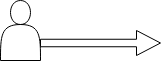
Earlier version of the draw.io export Diagramme sans nom.drawio.png (Heimeroux/perso). Source tidied: cells renumbered, new cells last; positions are measured from the earlier drawing's top-left corner, leaving out a move shared by most shapes. Its diagram source:
```xml
<mxGraphModel>
  <root>
    <mxCell id="0" />
    <mxCell id="1" parent="0" />
    <mxCell id="2" style="shape=actor;whiteSpace=wrap;html=1;" parent="1" vertex="1">
      <mxGeometry width="40" height="60" as="geometry" />
    </mxCell>
    <mxCell id="3" style="shape=singleArrow;whiteSpace=wrap;html=1;rotation=0;" parent="1" vertex="1">
      <mxGeometry x="40" y="30" width="120" height="25" as="geometry" />
    </mxCell>
  </root>
</mxGraphModel>
```
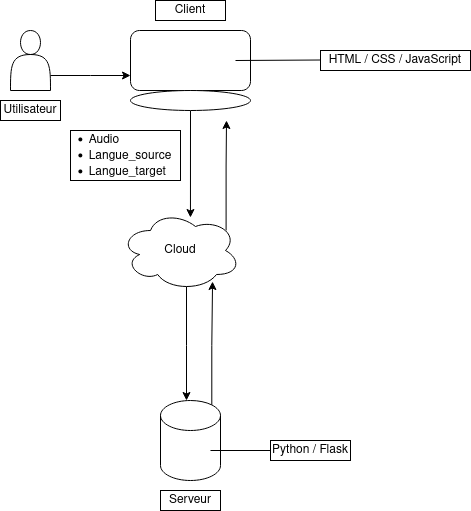
Later version of the same file.

Commit message:
Mettre à jour Diagramme sans nom.drawio.png

The edit, as a diff of the source:
```diff
@@ -2,11 +2,71 @@
   <root>
     <mxCell id="0" />
     <mxCell id="1" parent="0" />
+    <mxCell id="4" style="edgeStyle=orthogonalEdgeStyle;rounded=0;jettySize=auto;html=1;exitX=1;exitY=0.75;exitDx=0;exitDy=0;" parent="1" edge="1" source="2">
+      <mxGeometry relative="1" as="geometry">
+        <mxPoint x="120" y="45" as="targetPoint" />
+      </mxGeometry>
+    </mxCell>
     <mxCell id="2" style="shape=actor;whiteSpace=wrap;html=1;" parent="1" vertex="1">
       <mxGeometry width="40" height="60" as="geometry" />
     </mxCell>
-    <mxCell id="3" style="shape=singleArrow;whiteSpace=wrap;html=1;rotation=0;" parent="1" vertex="1">
-      <mxGeometry x="40" y="30" width="120" height="25" as="geometry" />
-    </mxCell>
+    <mxCell id="5" style="rounded=1;whiteSpace=wrap;html=1;" parent="1" vertex="1">
+      <mxGeometry x="120" width="120" height="60" as="geometry" />
+    </mxCell>
+    <mxCell id="6" style="edgeStyle=orthogonalEdgeStyle;rounded=0;jettySize=auto;html=1;exitX=0.5;exitY=1;exitDx=0;exitDy=0;entryX=0.583;entryY=0.088;entryDx=0;entryDy=0;entryPerimeter=0;" parent="1" edge="1" source="7" target="10">
+      <mxGeometry relative="1" as="geometry" />
+    </mxCell>
+    <mxCell id="7" style="ellipse;whiteSpace=wrap;html=1;" parent="1" vertex="1">
+      <mxGeometry x="120" y="60" width="120" height="20" as="geometry" />
+    </mxCell>
+    <mxCell id="8" style="edgeStyle=orthogonalEdgeStyle;rounded=0;jettySize=auto;html=1;exitX=0.55;exitY=0.95;exitDx=0;exitDy=0;exitPerimeter=0;" parent="1" edge="1" source="10">
+      <mxGeometry relative="1" as="geometry">
+        <mxPoint x="176" y="370" as="targetPoint" />
+      </mxGeometry>
+    </mxCell>
+    <mxCell id="9" style="edgeStyle=orthogonalEdgeStyle;rounded=0;jettySize=auto;html=1;exitX=0.88;exitY=0.25;exitDx=0;exitDy=0;exitPerimeter=0;" parent="1" edge="1" source="10">
+      <mxGeometry relative="1" as="geometry">
+        <mxPoint x="216" y="90" as="targetPoint" />
+      </mxGeometry>
+    </mxCell>
+    <mxCell id="10" value="Cloud" style="ellipse;shape=cloud;whiteSpace=wrap;html=1;" parent="1" vertex="1">
+      <mxGeometry x="110" y="180" width="120" height="80" as="geometry" />
+    </mxCell>
+    <mxCell id="11" style="shape=cylinder3;whiteSpace=wrap;html=1;boundedLbl=1;backgroundOutline=1;size=15;" parent="1" vertex="1">
+      <mxGeometry x="150" y="370" width="60" height="80" as="geometry" />
+    </mxCell>
+    <mxCell id="12" style="edgeStyle=orthogonalEdgeStyle;rounded=0;jettySize=auto;html=1;exitX=0.855;exitY=0;exitDx=0;exitDy=4.35;exitPerimeter=0;entryX=0.767;entryY=0.888;entryDx=0;entryDy=0;entryPerimeter=0;" parent="1" edge="1" source="11" target="10">
+      <mxGeometry relative="1" as="geometry" />
+    </mxCell>
+    <mxCell id="13" value="&lt;div align=&quot;left&quot;&gt;&lt;ul&gt;&lt;li&gt;Audio&lt;/li&gt;&lt;li&gt;Langue_source&lt;/li&gt;&lt;li&gt;Langue_target&lt;br&gt;&lt;/li&gt;&lt;/ul&gt;&lt;/div&gt;" style="text;html=1;strokeColor=none;fillColor=none;align=center;verticalAlign=middle;whiteSpace=wrap;rounded=0;" parent="1" vertex="1">
+      <mxGeometry x="70" y="110" width="60" height="30" as="geometry" />
+    </mxCell>
+    <mxCell id="14" style="rounded=0;whiteSpace=wrap;html=1;fillColor=none;" parent="1" vertex="1">
+      <mxGeometry x="60" y="100" width="110" height="50" as="geometry" />
+    </mxCell>
+    <mxCell id="15" value="Client" style="rounded=0;whiteSpace=wrap;html=1;" parent="1" vertex="1">
+      <mxGeometry x="145" y="-30" width="70" height="20" as="geometry" />
+    </mxCell>
+    <mxCell id="16" value="Serveur" style="rounded=0;whiteSpace=wrap;html=1;" parent="1" vertex="1">
+      <mxGeometry x="150" y="460" width="60" height="20" as="geometry" />
+    </mxCell>
+    <mxCell id="17" value="Utilisateur" style="rounded=0;whiteSpace=wrap;html=1;" parent="1" vertex="1">
+      <mxGeometry x="-10" y="70" width="60" height="20" as="geometry" />
+    </mxCell>
+    <mxCell id="18" value="Python / Flask" style="rounded=0;whiteSpace=wrap;html=1;" parent="1" vertex="1">
+      <mxGeometry x="260" y="410" width="80" height="20" as="geometry" />
+    </mxCell>
+    <mxCell id="19" style="endArrow=none;html=1;rounded=0;entryX=0;entryY=0.5;entryDx=0;entryDy=0;exitX=0.833;exitY=0.625;exitDx=0;exitDy=0;exitPerimeter=0;" parent="1" edge="1" source="11" target="18">
+      <mxGeometry relative="1" as="geometry" />
+    </mxCell>
+    <mxCell id="20" value="HTML / CSS / JavaScript" style="rounded=0;whiteSpace=wrap;html=1;" parent="1" vertex="1">
+      <mxGeometry x="310" y="20" width="150" height="20" as="geometry" />
+    </mxCell>
+    <mxCell id="21" style="endArrow=none;html=1;rounded=0;" parent="1" edge="1">
+      <mxGeometry relative="1" as="geometry">
+        <mxPoint x="225" y="30" as="sourcePoint" />
+        <mxPoint x="310" y="29.5" as="targetPoint" />
+      </mxGeometry>
+    </mxCell>
   </root>
 </mxGraphModel>
```
